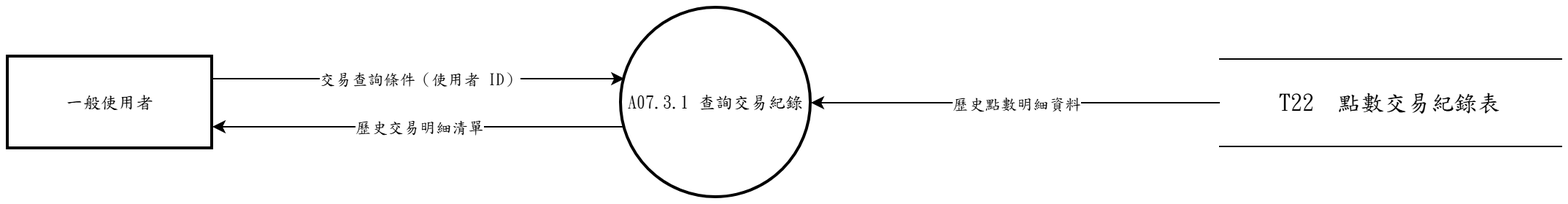
Earlier version of the draw.io export 系統文件/第6章/DFD圖/圖7/新/圖7-3.drawio.png (s22452007/115502). Source tidied: cells renumbered, new cells last; positions are measured from the earlier drawing's top-left corner, leaving out a move shared by most shapes.
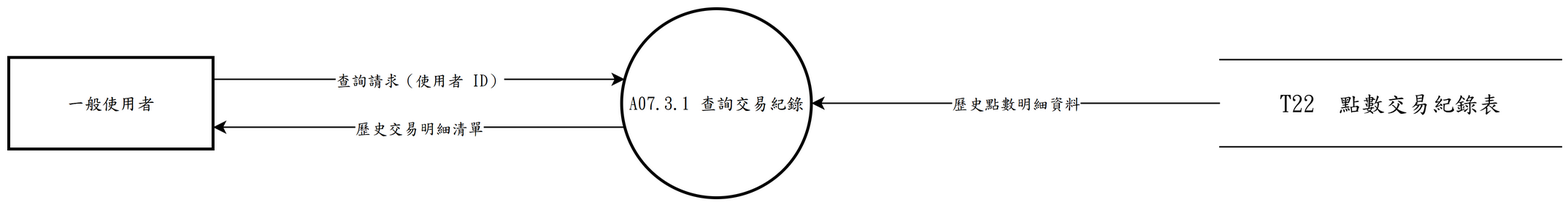
The same file after the commit.

Change to the diagram source:
```diff
@@ -14,7 +14,7 @@
     <mxCell id="5" style="edgeStyle=none;rounded=0;html=1;fontFamily=標楷體;endArrow=classic;exitX=1.0000;exitY=0.2383;exitDx=0;exitDy=0;exitPerimeter=0;entryX=0.0163;entryY=0.3733;entryDx=0;entryDy=0;entryPerimeter=0;" parent="1" edge="1" source="3" target="2">
       <mxGeometry relative="1" as="geometry" />
     </mxCell>
-    <mxCell id="6" value="交易查詢條件（使用者 ID）" style="edgeLabel;html=1;align=center;verticalAlign=middle;fontFamily=標楷體;" parent="5" vertex="1">
+    <mxCell id="6" value="查詢請求（使用者 ID）" style="edgeLabel;html=1;align=center;verticalAlign=middle;fontFamily=標楷體;" parent="5" vertex="1">
       <mxGeometry relative="1" as="geometry" />
     </mxCell>
     <mxCell id="7" style="edgeStyle=none;rounded=0;html=1;fontFamily=標楷體;endArrow=classic;exitX=0.0000;exitY=0.5000;exitDx=0;exitDy=0;exitPerimeter=0;entryX=1.0000;entryY=0.5000;entryDx=0;entryDy=0;entryPerimeter=0;" parent="1" edge="1" source="4" target="2">
```
